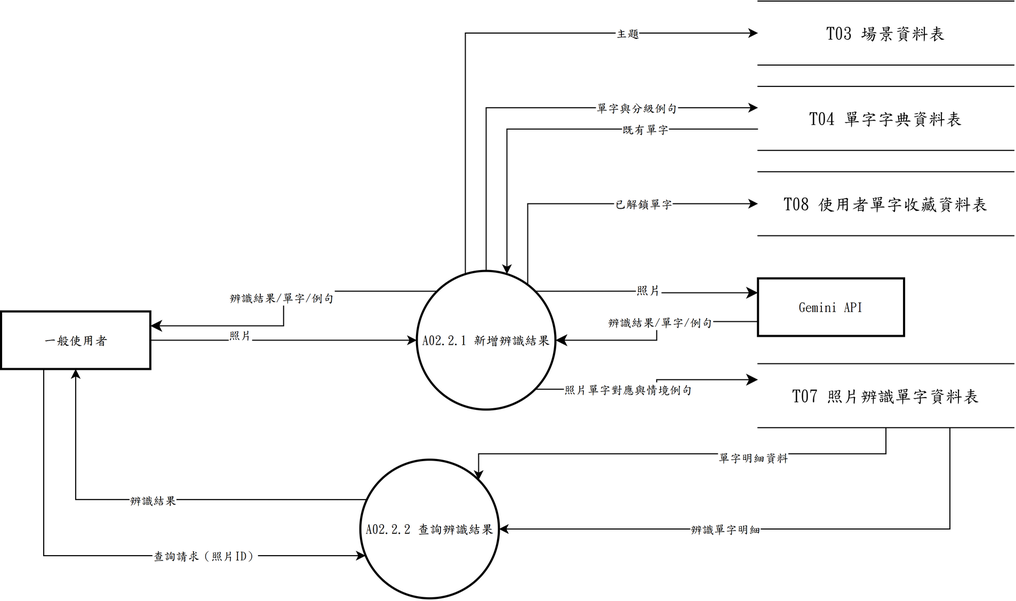
Before: 系統文件/第6章/DFD圖/圖2/新/圖2.2.drawio.png, a diagram exported from draw.io (s22452007/115502). Source tidied: cells renumbered, new cells last; positions are measured from the earlier drawing's top-left corner, leaving out a move shared by most shapes.
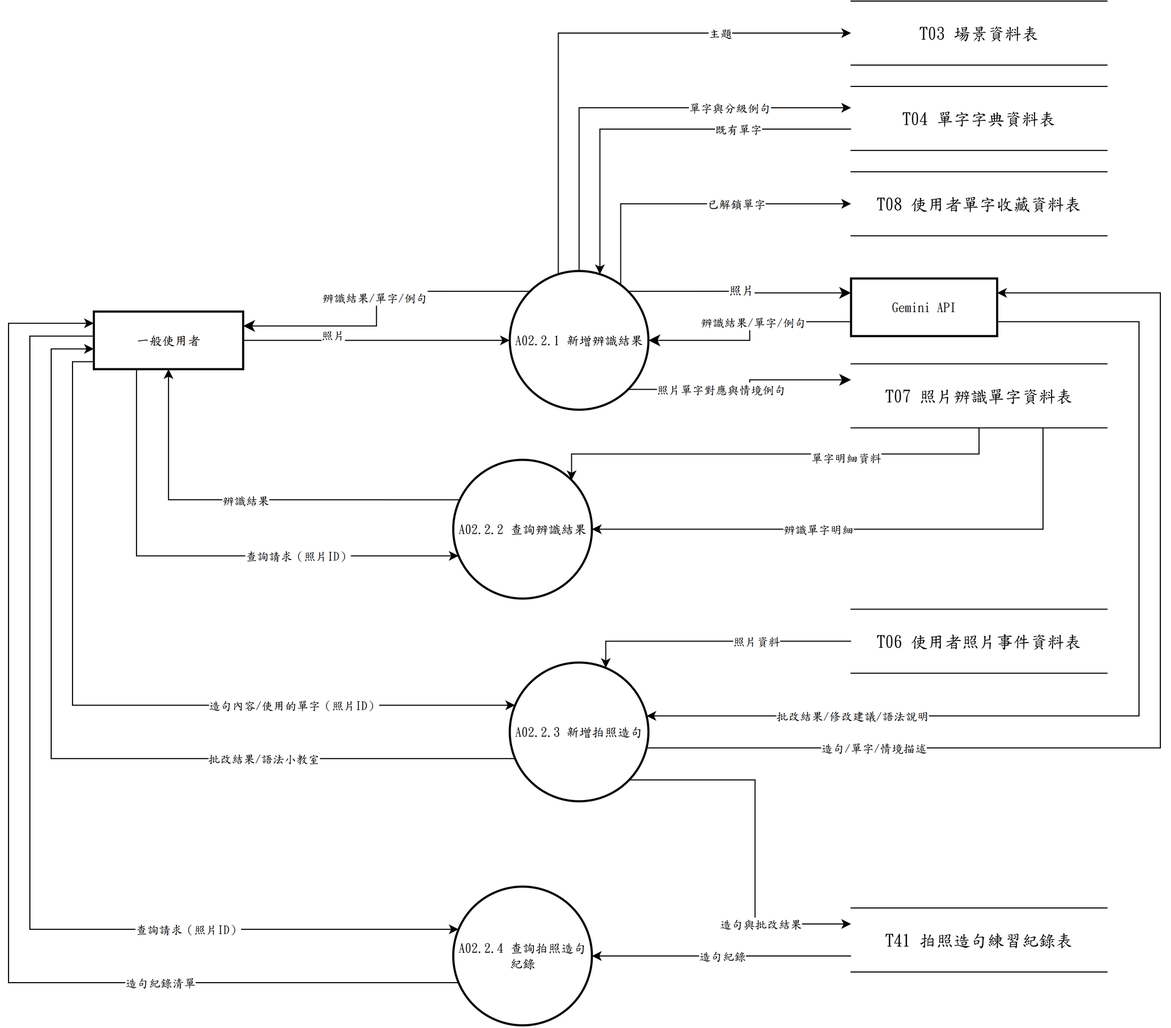
After the change.

The edit, as a diff of the source:
```diff
@@ -140,5 +140,110 @@
     <mxCell id="35" value="已解鎖單字" style="edgeLabel;html=1;align=center;verticalAlign=middle;fontFamily=標楷體;" parent="34" vertex="1">
       <mxGeometry x="0.26" relative="1" as="geometry" />
     </mxCell>
+    <mxCell id="36" value="A02.2.3 新增拍照造句" style="ellipse;strokeWidth=2;whiteSpace=wrap;fontFamily=標楷體;fontSize=12;" parent="1" vertex="1">
+      <mxGeometry x="390" y="620" width="130" height="130" as="geometry" />
+    </mxCell>
+    <mxCell id="37" value="A02.2.4 查詢拍照造句紀錄" style="ellipse;strokeWidth=2;whiteSpace=wrap;fontFamily=標楷體;fontSize=12;" parent="1" vertex="1">
+      <mxGeometry x="337" y="830" width="130" height="130" as="geometry" />
+    </mxCell>
+    <mxCell id="38" value="&lt;span lang=&quot;EN-US&quot; style=&quot;font-size: 12pt;&quot;&gt;T06&amp;nbsp;&lt;/span&gt;&lt;span style=&quot;font-size: 12pt;&quot;&gt;使用者照片事件資料表&lt;/span&gt;" style="shape=partialRectangle;whiteSpace=wrap;html=1;left=0;right=0;fontFamily=標楷體;fontSize=12;" parent="1" vertex="1">
+      <mxGeometry x="710" y="570" width="240" height="60" as="geometry" />
+    </mxCell>
+    <mxCell id="39" value="&lt;span lang=&quot;EN-US&quot; style=&quot;font-size: 12pt;&quot;&gt;T41&amp;nbsp;&lt;/span&gt;&lt;span style=&quot;font-size: 12pt;&quot;&gt;拍照造句練習紀錄表&lt;/span&gt;" style="shape=partialRectangle;whiteSpace=wrap;html=1;left=0;right=0;fontFamily=標楷體;fontSize=12;" parent="1" vertex="1">
+      <mxGeometry x="710" y="850" width="240" height="60" as="geometry" />
+    </mxCell>
+    <mxCell id="40" style="edgeStyle=orthogonalEdgeStyle;rounded=0;jettySize=auto;html=1;exitX=0;exitY=0.8704;exitDx=0;exitDy=0;exitPerimeter=0;entryX=0.0385;entryY=0.3077;entryDx=0;entryDy=0;entryPerimeter=0;" parent="1" edge="1" source="4" target="36">
+      <mxGeometry relative="1" as="geometry">
+        <Array as="points">
+          <mxPoint x="-20" y="338" />
+          <mxPoint x="-20" y="660" />
+        </Array>
+      </mxGeometry>
+    </mxCell>
+    <mxCell id="41" value="造句內容/使用的單字（照片ID）" style="edgeLabel;html=1;align=center;verticalAlign=middle;fontFamily=標楷體;" parent="40" vertex="1">
+      <mxGeometry x="0.45" relative="1" as="geometry" />
+    </mxCell>
+    <mxCell id="42" style="edgeStyle=orthogonalEdgeStyle;rounded=0;jettySize=auto;html=1;exitX=0.0385;exitY=0.6923;exitDx=0;exitDy=0;exitPerimeter=0;entryX=0;entryY=0.6481;entryDx=0;entryDy=0;entryPerimeter=0;" parent="1" edge="1" source="36" target="4">
+      <mxGeometry relative="1" as="geometry">
+        <Array as="points">
+          <mxPoint x="-40" y="710" />
+          <mxPoint x="-40" y="326" />
+        </Array>
+      </mxGeometry>
+    </mxCell>
+    <mxCell id="43" value="批改結果/語法小教室" style="edgeLabel;html=1;align=center;verticalAlign=middle;fontFamily=標楷體;" parent="42" vertex="1">
+      <mxGeometry x="-0.45" relative="1" as="geometry" />
+    </mxCell>
+    <mxCell id="44" style="edgeStyle=orthogonalEdgeStyle;rounded=0;jettySize=auto;html=1;exitX=0;exitY=0.4259;exitDx=0;exitDy=0;exitPerimeter=0;entryX=0.0385;entryY=0.3077;entryDx=0;entryDy=0;entryPerimeter=0;" parent="1" edge="1" source="4" target="37">
+      <mxGeometry relative="1" as="geometry">
+        <Array as="points">
+          <mxPoint x="-60" y="314" />
+          <mxPoint x="-60" y="870" />
+        </Array>
+      </mxGeometry>
+    </mxCell>
+    <mxCell id="45" value="查詢請求（照片ID）" style="edgeLabel;html=1;align=center;verticalAlign=middle;fontFamily=標楷體;" parent="44" vertex="1">
+      <mxGeometry x="0.5" relative="1" as="geometry" />
+    </mxCell>
+    <mxCell id="46" style="edgeStyle=orthogonalEdgeStyle;rounded=0;jettySize=auto;html=1;exitX=0.0385;exitY=0.6923;exitDx=0;exitDy=0;exitPerimeter=0;entryX=0;entryY=0.2037;entryDx=0;entryDy=0;entryPerimeter=0;" parent="1" edge="1" source="37" target="4">
+      <mxGeometry relative="1" as="geometry">
+        <Array as="points">
+          <mxPoint x="-80" y="920" />
+          <mxPoint x="-80" y="302" />
+        </Array>
+      </mxGeometry>
+    </mxCell>
+    <mxCell id="47" value="造句紀錄清單" style="edgeLabel;html=1;align=center;verticalAlign=middle;fontFamily=標楷體;" parent="46" vertex="1">
+      <mxGeometry x="-0.5" relative="1" as="geometry" />
+    </mxCell>
+    <mxCell id="48" style="edgeStyle=orthogonalEdgeStyle;rounded=0;jettySize=auto;html=1;exitX=0.986;exitY=0.6154;exitDx=0;exitDy=0;exitPerimeter=0;entryX=1;entryY=0.25;entryDx=0;entryDy=0;entryPerimeter=0;" parent="1" edge="1" source="36" target="22">
+      <mxGeometry relative="1" as="geometry">
+        <Array as="points">
+          <mxPoint x="1000" y="700" />
+          <mxPoint x="1000" y="273.5" />
+        </Array>
+      </mxGeometry>
+    </mxCell>
+    <mxCell id="49" value="造句/單字/情境描述" style="edgeLabel;html=1;align=center;verticalAlign=middle;fontFamily=標楷體;" parent="48" vertex="1">
+      <mxGeometry x="-0.6" relative="1" as="geometry" />
+    </mxCell>
+    <mxCell id="50" style="edgeStyle=orthogonalEdgeStyle;rounded=0;jettySize=auto;html=1;exitX=1;exitY=0.75;exitDx=0;exitDy=0;exitPerimeter=0;entryX=0.986;entryY=0.3846;entryDx=0;entryDy=0;entryPerimeter=0;" parent="1" edge="1" source="22" target="36">
+      <mxGeometry relative="1" as="geometry">
+        <Array as="points">
+          <mxPoint x="980" y="300.5" />
+          <mxPoint x="980" y="670" />
+        </Array>
+      </mxGeometry>
+    </mxCell>
+    <mxCell id="51" value="批改結果/修改建議/語法說明" style="edgeLabel;html=1;align=center;verticalAlign=middle;fontFamily=標楷體;" parent="50" vertex="1">
+      <mxGeometry x="0.6" relative="1" as="geometry" />
+    </mxCell>
+    <mxCell id="52" style="edgeStyle=orthogonalEdgeStyle;rounded=0;jettySize=auto;html=1;exitX=0;exitY=0.5;exitDx=0;exitDy=0;exitPerimeter=0;entryX=0.6923;entryY=0.0385;entryDx=0;entryDy=0;entryPerimeter=0;" parent="1" edge="1" source="38" target="36">
+      <mxGeometry relative="1" as="geometry">
+        <Array as="points">
+          <mxPoint x="480" y="600" />
+        </Array>
+      </mxGeometry>
+    </mxCell>
+    <mxCell id="53" value="照片資料" style="edgeLabel;html=1;align=center;verticalAlign=middle;fontFamily=標楷體;" parent="52" vertex="1">
+      <mxGeometry x="-0.3" relative="1" as="geometry" />
+    </mxCell>
+    <mxCell id="54" style="edgeStyle=orthogonalEdgeStyle;rounded=0;jettySize=auto;html=1;exitX=0.861;exitY=0.846;exitDx=0;exitDy=0;exitPerimeter=0;entryX=0;entryY=0.25;entryDx=0;entryDy=0;entryPerimeter=0;" parent="1" edge="1" source="36" target="39">
+      <mxGeometry relative="1" as="geometry">
+        <Array as="points">
+          <mxPoint x="620" y="730" />
+          <mxPoint x="620" y="865" />
+        </Array>
+      </mxGeometry>
+    </mxCell>
+    <mxCell id="55" value="造句與批改結果" style="edgeLabel;html=1;align=center;verticalAlign=middle;fontFamily=標楷體;" parent="54" vertex="1">
+      <mxGeometry x="0.5" relative="1" as="geometry" />
+    </mxCell>
+    <mxCell id="56" style="edgeStyle=orthogonalEdgeStyle;rounded=0;jettySize=auto;html=1;exitX=0;exitY=0.75;exitDx=0;exitDy=0;exitPerimeter=0;entryX=1;entryY=0.5;entryDx=0;entryDy=0;entryPerimeter=0;" parent="1" edge="1" source="39" target="37">
+      <mxGeometry relative="1" as="geometry" />
+    </mxCell>
+    <mxCell id="57" value="造句紀錄" style="edgeLabel;html=1;align=center;verticalAlign=middle;fontFamily=標楷體;" parent="56" vertex="1">
+      <mxGeometry relative="1" as="geometry" />
+    </mxCell>
   </root>
 </mxGraphModel>
```
